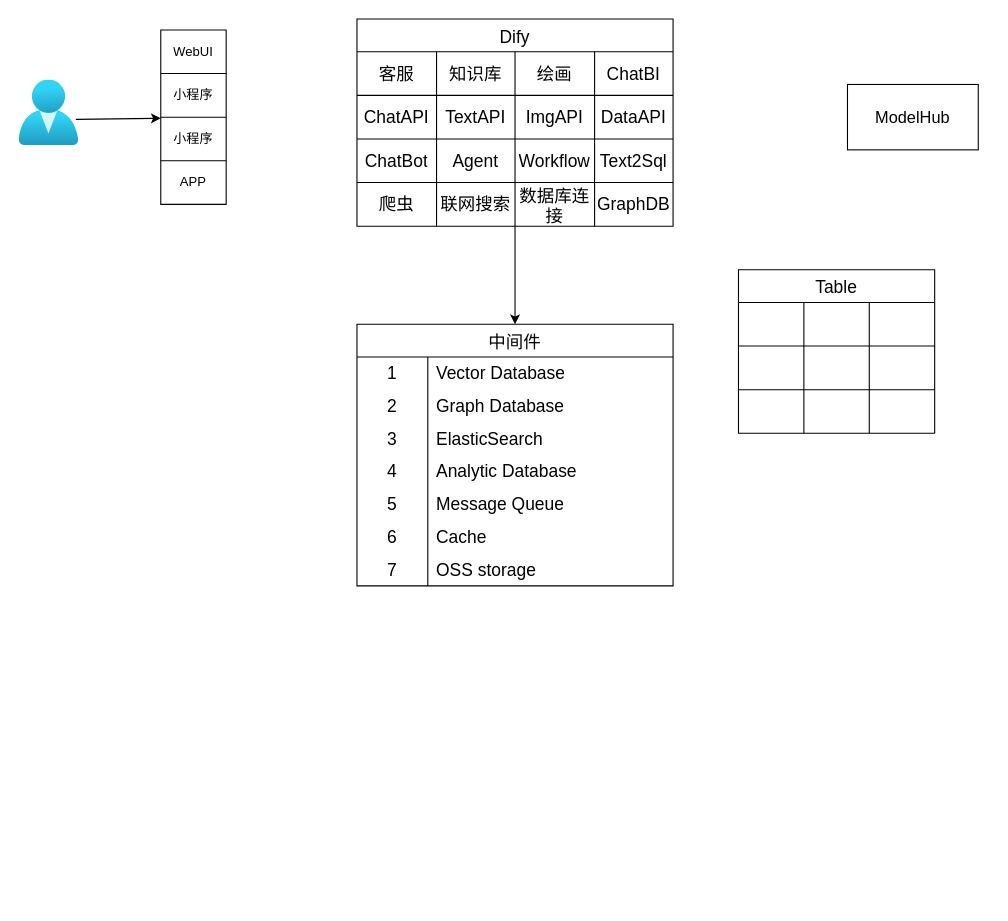
leestar991/agi-proxy keeps this draw.io diagram as public/未命名绘图.drawio. Above is the earlier version. Source tidied: cells renumbered, new cells numbered last; positions are measured from the earlier drawing's top-left corner, leaving out a move shared by most shapes. Both pictures are drawn from the tidied source at 109%, with x=0, y=0 at pixel (19, 19).
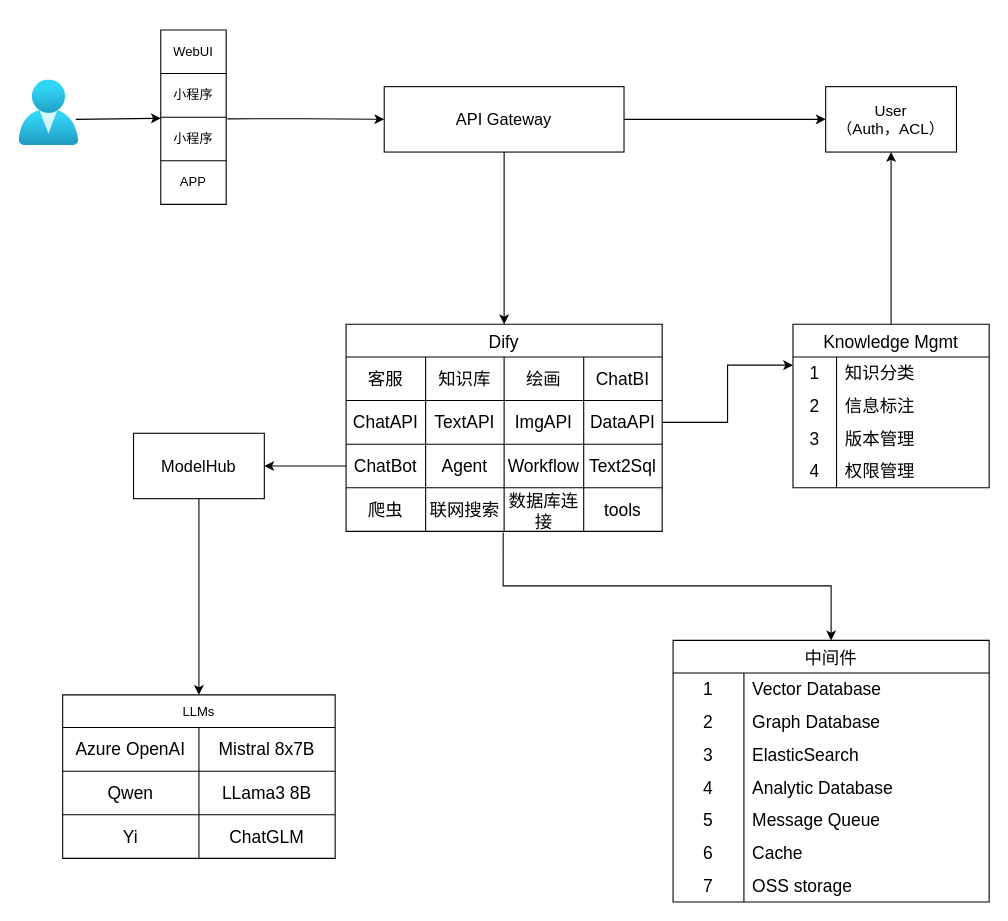
After the change.

Commit message:
更新未命名绘图.drawio

The change refers to these unchanged cells:
```xml
<mxCell id="9" style="shape=tableRow;horizontal=0;startSize=0;swimlaneHead=0;swimlaneBody=0;strokeColor=inherit;top=0;left=0;bottom=0;right=0;fillColor=none;points=[[0,0.5],[1,0.5]];portConstraint=eastwest;" parent="4" vertex="1">
  <mxGeometry y="80" width="60" height="40" as="geometry" />
</mxCell>
<mxCell id="20" style="shape=tableRow;horizontal=0;startSize=0;swimlaneHead=0;swimlaneBody=0;strokeColor=inherit;top=0;left=0;bottom=0;right=0;fillColor=none;points=[[0,0.5],[1,0.5]];portConstraint=eastwest;fontSize=16;" parent="14" vertex="1">
  <mxGeometry y="70" width="290" height="40" as="geometry" />
</mxCell>
<mxCell id="25" style="shape=tableRow;horizontal=0;startSize=0;swimlaneHead=0;swimlaneBody=0;strokeColor=inherit;top=0;left=0;bottom=0;right=0;fillColor=none;points=[[0,0.5],[1,0.5]];portConstraint=eastwest;fontSize=16;" parent="14" vertex="1">
  <mxGeometry y="110" width="290" height="40" as="geometry" />
</mxCell>
<mxCell id="30" style="shape=tableRow;horizontal=0;startSize=0;swimlaneHead=0;swimlaneBody=0;strokeColor=inherit;top=0;left=0;bottom=0;right=0;fillColor=none;points=[[0,0.5],[1,0.5]];portConstraint=eastwest;fontSize=16;" parent="14" vertex="1">
  <mxGeometry y="150" width="290" height="40" as="geometry" />
</mxCell>
```

The edit, as a diff of the source:
```diff
@@
     <mxCell id="14" value="Dify" style="shape=table;startSize=30;childLayout=tableLayout;strokeColor=default;fontSize=16;" parent="1" vertex="1">
-      <mxGeometry x="310" width="290" height="190" as="geometry" />
+      <mxGeometry x="300" y="280" width="290" height="190" as="geometry" />
     </mxCell>
@@
-    <mxCell id="34" value="GraphDB" style="shape=partialRectangle;html=1;whiteSpace=wrap;strokeColor=inherit;overflow=hidden;fillColor=none;top=0;left=0;bottom=0;right=0;fontSize=16;" parent="30" vertex="1">
+    <mxCell id="34" value="tools" style="shape=partialRectangle;html=1;whiteSpace=wrap;strokeColor=inherit;overflow=hidden;fillColor=none;top=0;left=0;bottom=0;right=0;fontSize=16;" parent="30" vertex="1">
       <mxGeometry x="218" width="72" height="40" as="geometry" />
     </mxCell>
     <mxCell id="35" value="中间件" style="shape=table;startSize=30;childLayout=tableLayout;rowLines=0;fontStyle=0;strokeColor=default;fontSize=16;" parent="1" vertex="1">
-      <mxGeometry x="310" y="280" width="290" height="240" as="geometry" />
+      <mxGeometry x="600" y="570" width="290" height="240" as="geometry" />
     </mxCell>
@@
-    <mxCell id="57" style="edgeStyle=orthogonalEdgeStyle;rounded=0;jettySize=auto;html=1;entryX=0.5;entryY=0;entryDx=0;entryDy=0;" parent="1" edge="1" source="14" target="35">
+    <mxCell id="57" style="edgeStyle=orthogonalEdgeStyle;rounded=0;jettySize=auto;html=1;entryX=0.5;entryY=0;entryDx=0;entryDy=0;exitX=0.497;exitY=1.025;exitDx=0;exitDy=0;exitPerimeter=0;" parent="1" edge="1" source="30" target="35">
       <mxGeometry relative="1" as="geometry" />
     </mxCell>
+    <mxCell id="74" style="edgeStyle=orthogonalEdgeStyle;rounded=0;jettySize=auto;html=1;" parent="1" edge="1" source="58" target="61">
+      <mxGeometry relative="1" as="geometry" />
+    </mxCell>
     <mxCell id="58" value="ModelHub" style="rounded=0;whiteSpace=wrap;html=1;fontSize=15;" parent="1" vertex="1">
-      <mxGeometry x="760" y="60" width="120" height="60" as="geometry" />
+      <mxGeometry x="105" y="380" width="120" height="60" as="geometry" />
     </mxCell>
@@
-    <mxCell id="61" value="Table" style="shape=table;startSize=30;childLayout=tableLayout;strokeColor=default;fontSize=16;" parent="1" vertex="1">
-      <mxGeometry x="660" y="230" width="180" height="150" as="geometry" />
+    <mxCell id="61" value="LLMs" style="shape=table;startSize=30;childLayout=tableLayout;strokeColor=default;" parent="1" vertex="1">
+      <mxGeometry x="40" y="620" width="250" height="150" as="geometry" />
     </mxCell>
     <mxCell id="62" style="shape=tableRow;horizontal=0;startSize=0;swimlaneHead=0;swimlaneBody=0;strokeColor=inherit;top=0;left=0;bottom=0;right=0;fillColor=none;fontSize=16;" parent="61" vertex="1">
-      <mxGeometry y="30" width="180" height="40" as="geometry" />
+      <mxGeometry y="30" width="250" height="40" as="geometry" />
     </mxCell>
-    <mxCell id="63" style="shape=partialRectangle;html=1;whiteSpace=wrap;strokeColor=inherit;overflow=hidden;fillColor=none;top=0;left=0;bottom=0;right=0;fontSize=16;" parent="62" vertex="1">
-      <mxGeometry width="60" height="40" as="geometry" />
+    <mxCell id="63" value="Azure OpenAI" style="shape=partialRectangle;html=1;whiteSpace=wrap;strokeColor=inherit;overflow=hidden;fillColor=none;top=0;left=0;bottom=0;right=0;fontSize=16;" parent="62" vertex="1">
+      <mxGeometry width="125" height="40" as="geometry" />
     </mxCell>
-    <mxCell id="64" style="shape=partialRectangle;html=1;whiteSpace=wrap;strokeColor=inherit;overflow=hidden;fillColor=none;top=0;left=0;bottom=0;right=0;fontSize=16;" parent="62" vertex="1">
-      <mxGeometry x="60" width="60" height="40" as="geometry" />
+    <mxCell id="64" value="Mistral 8x7B" style="shape=partialRectangle;html=1;whiteSpace=wrap;strokeColor=inherit;overflow=hidden;fillColor=none;top=0;left=0;bottom=0;right=0;fontSize=16;" parent="62" vertex="1">
+      <mxGeometry x="125" width="125" height="40" as="geometry" />
     </mxCell>
-    <mxCell id="65" style="shape=partialRectangle;html=1;whiteSpace=wrap;strokeColor=inherit;overflow=hidden;fillColor=none;top=0;left=0;bottom=0;right=0;fontSize=16;" parent="62" vertex="1">
-      <mxGeometry x="120" width="60" height="40" as="geometry" />
-    </mxCell>
     <mxCell id="66" style="shape=tableRow;horizontal=0;startSize=0;swimlaneHead=0;swimlaneBody=0;strokeColor=inherit;top=0;left=0;bottom=0;right=0;fillColor=none;fontSize=16;" parent="61" vertex="1">
-      <mxGeometry y="70" width="180" height="40" as="geometry" />
+      <mxGeometry y="70" width="250" height="40" as="geometry" />
     </mxCell>
-    <mxCell id="67" style="shape=partialRectangle;html=1;whiteSpace=wrap;strokeColor=inherit;overflow=hidden;fillColor=none;top=0;left=0;bottom=0;right=0;fontSize=16;" parent="66" vertex="1">
-      <mxGeometry width="60" height="40" as="geometry" />
+    <mxCell id="67" value="Qwen" style="shape=partialRectangle;html=1;whiteSpace=wrap;strokeColor=inherit;overflow=hidden;fillColor=none;top=0;left=0;bottom=0;right=0;fontSize=16;" parent="66" vertex="1">
+      <mxGeometry width="125" height="40" as="geometry" />
     </mxCell>
-    <mxCell id="68" style="shape=partialRectangle;html=1;whiteSpace=wrap;strokeColor=inherit;overflow=hidden;fillColor=none;top=0;left=0;bottom=0;right=0;fontSize=16;" parent="66" vertex="1">
-      <mxGeometry x="60" width="60" height="40" as="geometry" />
+    <mxCell id="68" value="LLama3 8B" style="shape=partialRectangle;html=1;whiteSpace=wrap;strokeColor=inherit;overflow=hidden;fillColor=none;top=0;left=0;bottom=0;right=0;fontSize=16;" parent="66" vertex="1">
+      <mxGeometry x="125" width="125" height="40" as="geometry" />
     </mxCell>
-    <mxCell id="69" style="shape=partialRectangle;html=1;whiteSpace=wrap;strokeColor=inherit;overflow=hidden;fillColor=none;top=0;left=0;bottom=0;right=0;fontSize=16;" parent="66" vertex="1">
-      <mxGeometry x="120" width="60" height="40" as="geometry" />
-    </mxCell>
     <mxCell id="70" style="shape=tableRow;horizontal=0;startSize=0;swimlaneHead=0;swimlaneBody=0;strokeColor=inherit;top=0;left=0;bottom=0;right=0;fillColor=none;fontSize=16;" parent="61" vertex="1">
-      <mxGeometry y="110" width="180" height="40" as="geometry" />
+      <mxGeometry y="110" width="250" height="40" as="geometry" />
     </mxCell>
-    <mxCell id="71" style="shape=partialRectangle;html=1;whiteSpace=wrap;strokeColor=inherit;overflow=hidden;fillColor=none;top=0;left=0;bottom=0;right=0;fontSize=16;" parent="70" vertex="1">
-      <mxGeometry width="60" height="40" as="geometry" />
+    <mxCell id="71" value="Yi" style="shape=partialRectangle;html=1;whiteSpace=wrap;strokeColor=inherit;overflow=hidden;fillColor=none;top=0;left=0;bottom=0;right=0;fontSize=16;" parent="70" vertex="1">
+      <mxGeometry width="125" height="40" as="geometry" />
     </mxCell>
-    <mxCell id="72" style="shape=partialRectangle;html=1;whiteSpace=wrap;strokeColor=inherit;overflow=hidden;fillColor=none;top=0;left=0;bottom=0;right=0;fontSize=16;" parent="70" vertex="1">
-      <mxGeometry x="60" width="60" height="40" as="geometry" />
+    <mxCell id="72" value="ChatGLM" style="shape=partialRectangle;html=1;whiteSpace=wrap;strokeColor=inherit;overflow=hidden;fillColor=none;top=0;left=0;bottom=0;right=0;fontSize=16;" parent="70" vertex="1">
+      <mxGeometry x="125" width="125" height="40" as="geometry" />
     </mxCell>
-    <mxCell id="73" style="shape=partialRectangle;html=1;whiteSpace=wrap;strokeColor=inherit;overflow=hidden;fillColor=none;top=0;left=0;bottom=0;right=0;fontSize=16;" parent="70" vertex="1">
-      <mxGeometry x="120" width="60" height="40" as="geometry" />
-    </mxCell>
+    <mxCell id="75" style="edgeStyle=orthogonalEdgeStyle;rounded=0;jettySize=auto;html=1;entryX=0.5;entryY=1;entryDx=0;entryDy=0;" parent="1" edge="1" source="76" target="93">
+      <mxGeometry relative="1" as="geometry" />
+    </mxCell>
+    <mxCell id="76" value="Knowledge Mgmt" style="shape=table;startSize=30;childLayout=tableLayout;rowLines=0;fontStyle=0;strokeColor=default;fontSize=16;" parent="1" vertex="1">
+      <mxGeometry x="710" y="280" width="180" height="150" as="geometry" />
+    </mxCell>
+    <mxCell id="77" style="shape=tableRow;horizontal=0;startSize=0;swimlaneHead=0;swimlaneBody=0;top=0;left=0;bottom=0;right=0;fillColor=none;strokeColor=inherit;fontSize=16;" parent="76" vertex="1">
+      <mxGeometry y="30" width="180" height="30" as="geometry" />
+    </mxCell>
+    <mxCell id="78" value="1" style="shape=partialRectangle;html=1;whiteSpace=wrap;fillColor=none;top=0;left=0;bottom=0;right=0;overflow=hidden;strokeColor=inherit;fontSize=16;" parent="77" vertex="1">
+      <mxGeometry width="40" height="30" as="geometry" />
+    </mxCell>
+    <mxCell id="79" value="知识分类" style="shape=partialRectangle;html=1;whiteSpace=wrap;fillColor=none;top=0;left=0;bottom=0;right=0;align=left;spacingLeft=6;overflow=hidden;strokeColor=inherit;fontSize=16;" parent="77" vertex="1">
+      <mxGeometry x="40" width="140" height="30" as="geometry" />
+    </mxCell>
+    <mxCell id="80" style="shape=tableRow;horizontal=0;startSize=0;swimlaneHead=0;swimlaneBody=0;top=0;left=0;bottom=0;right=0;fillColor=none;strokeColor=inherit;fontSize=16;" parent="76" vertex="1">
+      <mxGeometry y="60" width="180" height="30" as="geometry" />
+    </mxCell>
+    <mxCell id="81" value="2" style="shape=partialRectangle;html=1;whiteSpace=wrap;fillColor=none;top=0;left=0;bottom=0;right=0;overflow=hidden;strokeColor=inherit;fontSize=16;" parent="80" vertex="1">
+      <mxGeometry width="40" height="30" as="geometry" />
+    </mxCell>
+    <mxCell id="82" value="信息标注" style="shape=partialRectangle;html=1;whiteSpace=wrap;fillColor=none;top=0;left=0;bottom=0;right=0;align=left;spacingLeft=6;overflow=hidden;strokeColor=inherit;fontSize=16;" parent="80" vertex="1">
+      <mxGeometry x="40" width="140" height="30" as="geometry" />
+    </mxCell>
+    <mxCell id="83" style="shape=tableRow;horizontal=0;startSize=0;swimlaneHead=0;swimlaneBody=0;top=0;left=0;bottom=0;right=0;fillColor=none;strokeColor=inherit;fontSize=16;" parent="76" vertex="1">
+      <mxGeometry y="90" width="180" height="30" as="geometry" />
+    </mxCell>
+    <mxCell id="84" value="3" style="shape=partialRectangle;html=1;whiteSpace=wrap;fillColor=none;top=0;left=0;bottom=0;right=0;overflow=hidden;strokeColor=inherit;fontSize=16;" parent="83" vertex="1">
+      <mxGeometry width="40" height="30" as="geometry" />
+    </mxCell>
+    <mxCell id="85" value="版本管理" style="shape=partialRectangle;html=1;whiteSpace=wrap;fillColor=none;top=0;left=0;bottom=0;right=0;align=left;spacingLeft=6;overflow=hidden;strokeColor=inherit;fontSize=16;" parent="83" vertex="1">
+      <mxGeometry x="40" width="140" height="30" as="geometry" />
+    </mxCell>
+    <mxCell id="86" style="shape=tableRow;horizontal=0;startSize=0;swimlaneHead=0;swimlaneBody=0;top=0;left=0;bottom=0;right=0;fillColor=none;strokeColor=inherit;fontSize=16;" parent="76" vertex="1">
+      <mxGeometry y="120" width="180" height="30" as="geometry" />
+    </mxCell>
+    <mxCell id="87" value="4" style="shape=partialRectangle;html=1;whiteSpace=wrap;fillColor=none;top=0;left=0;bottom=0;right=0;overflow=hidden;strokeColor=inherit;fontSize=16;" parent="86" vertex="1">
+      <mxGeometry width="40" height="30" as="geometry" />
+    </mxCell>
+    <mxCell id="88" value="权限管理" style="shape=partialRectangle;html=1;whiteSpace=wrap;fillColor=none;top=0;left=0;bottom=0;right=0;align=left;spacingLeft=6;overflow=hidden;strokeColor=inherit;fontSize=16;" parent="86" vertex="1">
+      <mxGeometry x="40" width="140" height="30" as="geometry" />
+    </mxCell>
+    <mxCell id="89" style="edgeStyle=orthogonalEdgeStyle;rounded=0;jettySize=auto;html=1;entryX=0;entryY=0.5;entryDx=0;entryDy=0;exitX=1;exitY=0.5;exitDx=0;exitDy=0;" parent="1" edge="1" source="91" target="93">
+      <mxGeometry relative="1" as="geometry" />
+    </mxCell>
+    <mxCell id="90" style="edgeStyle=orthogonalEdgeStyle;rounded=0;jettySize=auto;html=1;" parent="1" edge="1" source="91" target="14">
+      <mxGeometry relative="1" as="geometry" />
+    </mxCell>
+    <mxCell id="91" value="API Gateway" style="rounded=0;whiteSpace=wrap;html=1;fontSize=15;" parent="1" vertex="1">
+      <mxGeometry x="335" y="62" width="220" height="60" as="geometry" />
+    </mxCell>
+    <mxCell id="92" style="edgeStyle=orthogonalEdgeStyle;rounded=0;jettySize=auto;html=1;entryX=0;entryY=0.5;entryDx=0;entryDy=0;exitX=1.017;exitY=0.038;exitDx=0;exitDy=0;exitPerimeter=0;" parent="1" edge="1" source="9" target="91">
+      <mxGeometry relative="1" as="geometry" />
+    </mxCell>
+    <mxCell id="93" value="User&lt;div style=&quot;font-size: 14px;&quot;&gt;（Auth，ACL）&lt;/div&gt;" style="rounded=0;whiteSpace=wrap;html=1;fontSize=14;" parent="1" vertex="1">
+      <mxGeometry x="740" y="62" width="120" height="60" as="geometry" />
+    </mxCell>
+    <mxCell id="94" style="edgeStyle=orthogonalEdgeStyle;rounded=0;jettySize=auto;html=1;exitX=1;exitY=0.5;exitDx=0;exitDy=0;entryX=0;entryY=0.25;entryDx=0;entryDy=0;" parent="1" edge="1" source="20" target="76">
+      <mxGeometry relative="1" as="geometry" />
+    </mxCell>
+    <mxCell id="95" style="edgeStyle=orthogonalEdgeStyle;rounded=0;jettySize=auto;html=1;" parent="1" edge="1" source="25" target="58">
+      <mxGeometry relative="1" as="geometry" />
+    </mxCell>
```
